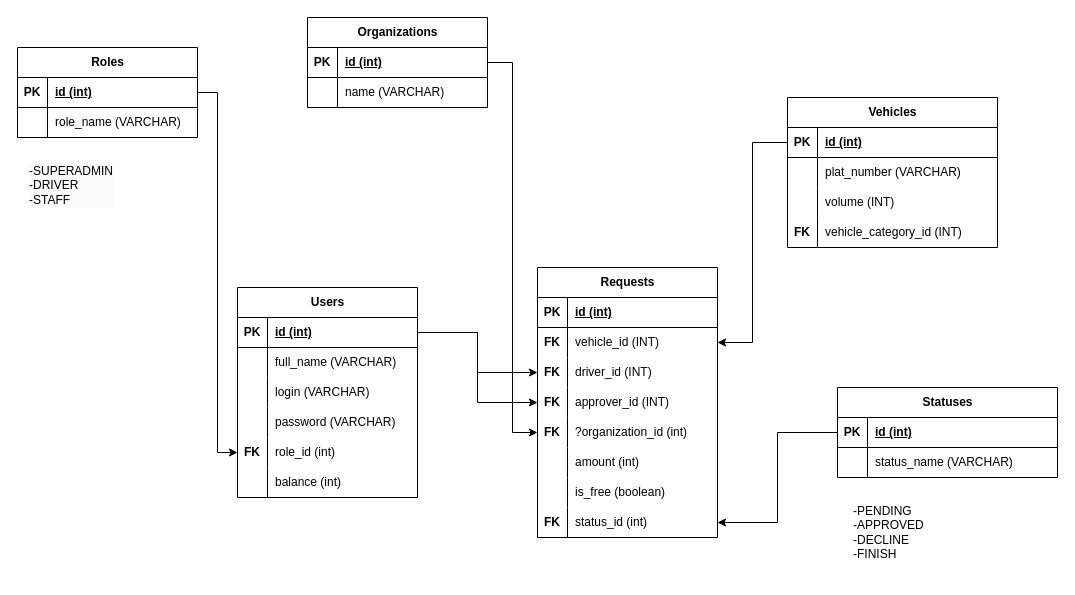
Before: torf-be.drawio in fao30/alena, a draw.io diagram. Source tidied: cells renumbered, new cells numbered last; positions are measured from the earlier drawing's top-left corner, leaving out a move shared by most shapes. Both pictures are drawn from the tidied source at 100%, with x=0, y=0 at pixel (17, 17).
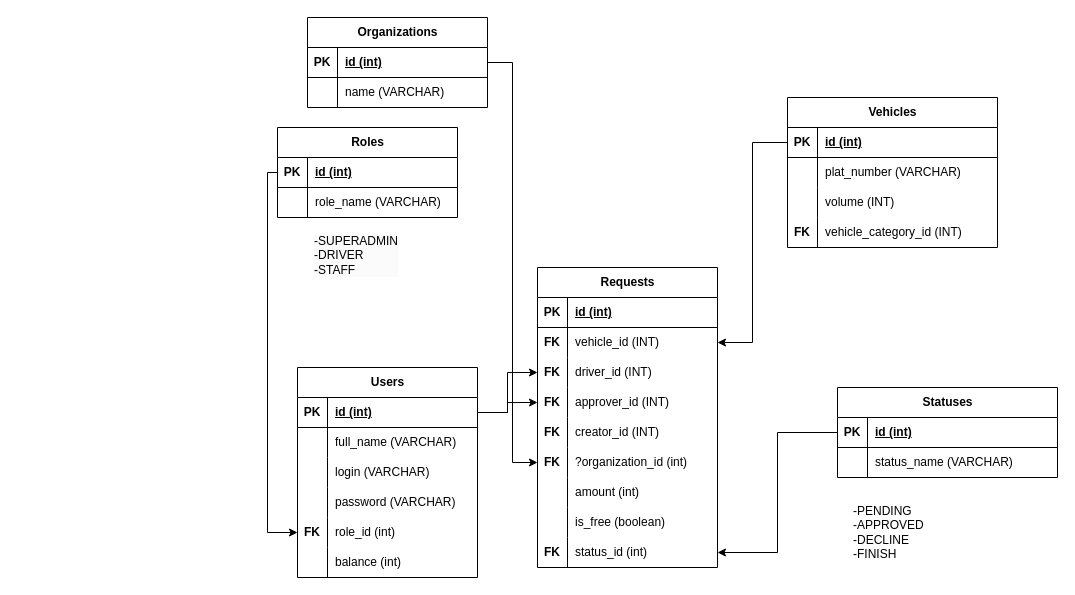
After the change.

The change refers to these unchanged cells:
```xml
<mxCell id="15" style="shape=tableRow;horizontal=0;startSize=0;swimlaneHead=0;swimlaneBody=0;fillColor=none;points=[[0,0.5],[1,0.5]];portConstraint=eastwest;top=0;left=0;right=0;bottom=0;" parent="2" vertex="1">
  <mxGeometry y="150" width="180" height="30" as="geometry" />
</mxCell>
<mxCell id="22" style="shape=tableRow;horizontal=0;startSize=0;swimlaneHead=0;swimlaneBody=0;fillColor=none;points=[[0,0.5],[1,0.5]];portConstraint=eastwest;top=0;left=0;right=0;bottom=1;" parent="21" vertex="1">
  <mxGeometry y="30" width="180" height="30" as="geometry" />
</mxCell>
```

What changed in the source:
```diff
@@
     <mxCell id="2" value="Users" style="shape=table;startSize=30;childLayout=tableLayout;rowLines=0;fontStyle=1;align=center;html=1;" parent="1" vertex="1">
-      <mxGeometry x="220" y="270" width="180" height="210" as="geometry" />
+      <mxGeometry x="280" y="350" width="180" height="210" as="geometry" />
     </mxCell>
@@
     <mxCell id="21" value="Roles" style="shape=table;startSize=30;childLayout=tableLayout;rowLines=0;fontStyle=1;align=center;html=1;" parent="1" vertex="1">
-      <mxGeometry y="30" width="180" height="90" as="geometry" />
+      <mxGeometry x="260" y="110" width="180" height="90" as="geometry" />
     </mxCell>
@@
     <mxCell id="28" style="edgeStyle=orthogonalEdgeStyle;rounded=0;jettySize=auto;html=1;" parent="1" edge="1" source="22" target="15">
-      <mxGeometry relative="1" as="geometry" />
+      <mxGeometry relative="1" as="geometry">
+        <Array as="points">
+          <mxPoint x="250" y="155" />
+          <mxPoint x="250" y="515" />
+        </Array>
+      </mxGeometry>
     </mxCell>
@@
     <mxCell id="49" value="Requests" style="shape=table;startSize=30;childLayout=tableLayout;rowLines=0;fontStyle=1;align=center;html=1;" parent="1" vertex="1">
-      <mxGeometry x="520" y="250" width="180" height="270" as="geometry" />
+      <mxGeometry x="520" y="250" width="180" height="300" as="geometry" />
     </mxCell>
@@
+    <mxCell id="88" style="shape=tableRow;horizontal=0;startSize=0;swimlaneHead=0;swimlaneBody=0;fillColor=none;top=0;left=0;right=0;bottom=0;" parent="49" vertex="1">
+      <mxGeometry y="150" width="180" height="30" as="geometry" />
+    </mxCell>
+    <mxCell id="89" value="&lt;b&gt;FK&lt;/b&gt;" style="shape=partialRectangle;fillColor=none;top=0;left=0;bottom=0;right=0;overflow=hidden;whiteSpace=wrap;html=1;" parent="88" vertex="1">
+      <mxGeometry width="30" height="30" as="geometry" />
+    </mxCell>
+    <mxCell id="90" value="creator_id (INT)" style="shape=partialRectangle;fillColor=none;top=0;left=0;bottom=0;right=0;align=left;spacingLeft=6;overflow=hidden;whiteSpace=wrap;html=1;" parent="88" vertex="1">
+      <mxGeometry x="30" width="150" height="30" as="geometry" />
+    </mxCell>
     <mxCell id="62" style="shape=tableRow;horizontal=0;startSize=0;swimlaneHead=0;swimlaneBody=0;fillColor=none;points=[[0,0.5],[1,0.5]];portConstraint=eastwest;top=0;left=0;right=0;bottom=0;" parent="49" vertex="1">
-      <mxGeometry y="150" width="180" height="30" as="geometry" />
+      <mxGeometry y="180" width="180" height="30" as="geometry" />
     </mxCell>
@@
     <mxCell id="65" style="shape=tableRow;horizontal=0;startSize=0;swimlaneHead=0;swimlaneBody=0;fillColor=none;top=0;left=0;right=0;bottom=0;" parent="49" vertex="1">
-      <mxGeometry y="180" width="180" height="30" as="geometry" />
+      <mxGeometry y="210" width="180" height="30" as="geometry" />
     </mxCell>
@@
     <mxCell id="68" style="shape=tableRow;horizontal=0;startSize=0;swimlaneHead=0;swimlaneBody=0;fillColor=none;top=0;left=0;right=0;bottom=0;" parent="49" vertex="1">
-      <mxGeometry y="210" width="180" height="30" as="geometry" />
+      <mxGeometry y="240" width="180" height="30" as="geometry" />
     </mxCell>
@@
     <mxCell id="71" style="shape=tableRow;horizontal=0;startSize=0;swimlaneHead=0;swimlaneBody=0;fillColor=none;points=[[0,0.5],[1,0.5]];portConstraint=eastwest;top=0;left=0;right=0;bottom=0;" parent="49" vertex="1">
-      <mxGeometry y="240" width="180" height="30" as="geometry" />
+      <mxGeometry y="270" width="180" height="30" as="geometry" />
     </mxCell>
@@
     <mxCell id="87" value="&lt;span style=&quot;color: rgb(0, 0, 0); font-family: Helvetica; font-size: 12px; font-style: normal; font-variant-ligatures: normal; font-variant-caps: normal; font-weight: 400; letter-spacing: normal; orphans: 2; text-align: left; text-indent: 0px; text-transform: none; widows: 2; word-spacing: 0px; -webkit-text-stroke-width: 0px; white-space: normal; background-color: rgb(251, 251, 251); text-decoration-thickness: initial; text-decoration-style: initial; text-decoration-color: initial; display: inline !important; float: none;&quot;&gt;-SUPERADMIN&lt;/span&gt;&lt;div style=&quot;forced-color-adjust: none; color: rgb(0, 0, 0); font-family: Helvetica; font-size: 12px; font-style: normal; font-variant-ligatures: normal; font-variant-caps: normal; font-weight: 400; letter-spacing: normal; orphans: 2; text-align: left; text-indent: 0px; text-transform: none; widows: 2; word-spacing: 0px; -webkit-text-stroke-width: 0px; white-space: normal; background-color: rgb(251, 251, 251); text-decoration-thickness: initial; text-decoration-style: initial; text-decoration-color: initial;&quot;&gt;-DRIVER&lt;br style=&quot;forced-color-adjust: none;&quot;&gt;-STAFF&lt;/div&gt;" style="text;whiteSpace=wrap;html=1;" parent="1" vertex="1">
-      <mxGeometry x="10" y="140" width="110" height="60" as="geometry" />
+      <mxGeometry x="295" y="210" width="110" height="60" as="geometry" />
     </mxCell>
```
